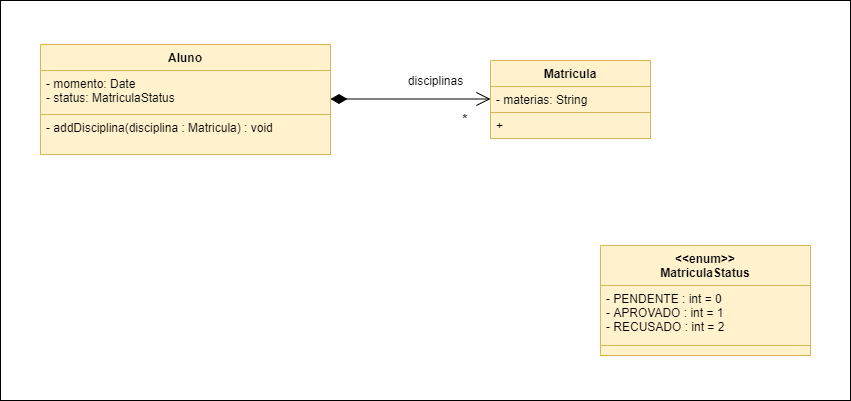
SergioMonteiroRibeiro/UML-MATRICULA-DISCIPLINAS-JAVA keeps this draw.io diagram as UML V 001.png. Above is the earlier version. Source tidied: cells renumbered, new cells last; positions are measured from the earlier drawing's top-left corner, leaving out a move shared by most shapes. Source of this version:
```xml
<mxGraphModel>
  <root>
    <mxCell id="0" />
    <mxCell id="1" parent="0" />
    <mxCell id="2" style="html=1;" parent="1" vertex="1">
      <mxGeometry width="850" height="400" as="geometry" />
    </mxCell>
    <mxCell id="3" value="&lt;font style=&quot;font-size: 14px&quot;&gt;*&lt;/font&gt;" style="endArrow=open;html=1;endSize=12;startArrow=diamondThin;startSize=14;startFill=1;edgeStyle=orthogonalEdgeStyle;align=left;verticalAlign=bottom;" parent="1" edge="1">
      <mxGeometry x="0.62" y="-30" relative="1" as="geometry">
        <mxPoint x="330" y="98.5" as="sourcePoint" />
        <mxPoint x="490" y="98.5" as="targetPoint" />
      </mxGeometry>
    </mxCell>
    <mxCell id="4" value="disciplinas" style="text;html=1;align=center;verticalAlign=middle;" parent="1" vertex="1">
      <mxGeometry x="400" y="70" width="70" height="20" as="geometry" />
    </mxCell>
    <mxCell id="5" value="Matricula" style="swimlane;fontStyle=1;align=center;verticalAlign=top;horizontal=1;startSize=26;fillColor=#fff2cc;strokeColor=#d6b656;" parent="1" vertex="1">
      <mxGeometry x="490" y="60" width="160" height="78" as="geometry" />
    </mxCell>
    <mxCell id="6" value="- materias: String" style="text;strokeColor=#d6b656;fillColor=#fff2cc;align=left;verticalAlign=top;spacingLeft=4;spacingRight=4;overflow=hidden;" parent="5" vertex="1">
      <mxGeometry y="26" width="160" height="26" as="geometry" />
    </mxCell>
    <mxCell id="7" value="+" style="text;strokeColor=#d6b656;fillColor=#fff2cc;align=left;verticalAlign=top;spacingLeft=4;spacingRight=4;overflow=hidden;" parent="5" vertex="1">
      <mxGeometry y="52" width="160" height="26" as="geometry" />
    </mxCell>
    <mxCell id="8" value="Aluno" style="swimlane;fontStyle=1;align=center;verticalAlign=top;horizontal=1;startSize=26;fillColor=#fff2cc;strokeColor=#d6b656;" parent="1" vertex="1">
      <mxGeometry x="40" y="44" width="290" height="110" as="geometry" />
    </mxCell>
    <mxCell id="9" value="- momento: Date&#10;- status: MatriculaStatus" style="text;strokeColor=#d6b656;fillColor=#fff2cc;align=left;verticalAlign=top;spacingLeft=4;spacingRight=4;overflow=hidden;" parent="8" vertex="1">
      <mxGeometry y="26" width="290" height="44" as="geometry" />
    </mxCell>
    <mxCell id="10" value="- addDisciplina(disciplina : Matricula) : void" style="text;strokeColor=#d6b656;fillColor=#fff2cc;align=left;verticalAlign=top;spacingLeft=4;spacingRight=4;overflow=hidden;" parent="8" vertex="1">
      <mxGeometry y="70" width="290" height="40" as="geometry" />
    </mxCell>
    <mxCell id="11" value="&lt;&lt;enum&gt;&gt;&#10;MatriculaStatus" style="swimlane;fontStyle=1;align=center;verticalAlign=top;horizontal=1;startSize=40;fillColor=#fff2cc;strokeColor=#d6b656;" parent="1" vertex="1">
      <mxGeometry x="600" y="245" width="210" height="110" as="geometry" />
    </mxCell>
    <mxCell id="12" value="- PENDENTE : int = 0&#10;- APROVADO : int = 1&#10;- RECUSADO : int = 2" style="text;strokeColor=#d6b656;fillColor=#fff2cc;align=left;verticalAlign=top;spacingLeft=4;spacingRight=4;overflow=hidden;" parent="11" vertex="1">
      <mxGeometry y="40" width="210" height="60" as="geometry" />
    </mxCell>
    <mxCell id="13" style="text;strokeColor=#d6b656;fillColor=#fff2cc;align=left;verticalAlign=top;spacingLeft=4;spacingRight=4;overflow=hidden;" parent="11" vertex="1">
      <mxGeometry y="100" width="210" height="10" as="geometry" />
    </mxCell>
  </root>
</mxGraphModel>
```
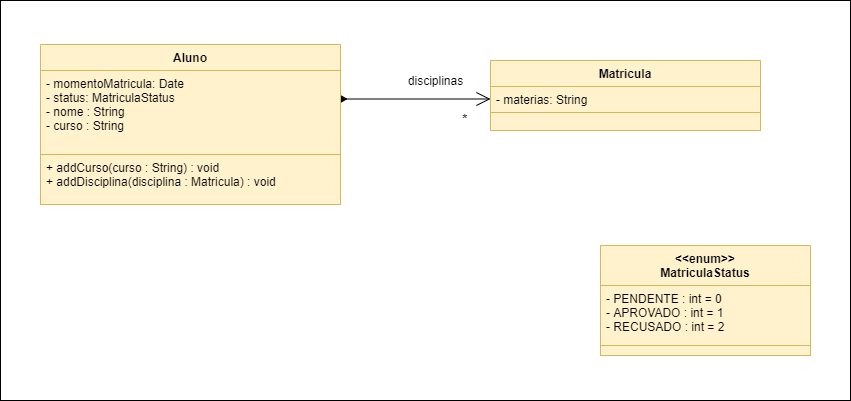
Later version of the same file.

Diff of the diagram source:
```diff
@@ -15,22 +15,22 @@
       <mxGeometry x="400" y="70" width="70" height="20" as="geometry" />
     </mxCell>
     <mxCell id="5" value="Matricula" style="swimlane;fontStyle=1;align=center;verticalAlign=top;horizontal=1;startSize=26;fillColor=#fff2cc;strokeColor=#d6b656;" parent="1" vertex="1">
-      <mxGeometry x="490" y="60" width="160" height="78" as="geometry" />
+      <mxGeometry x="490" y="60" width="270" height="70" as="geometry" />
     </mxCell>
     <mxCell id="6" value="- materias: String" style="text;strokeColor=#d6b656;fillColor=#fff2cc;align=left;verticalAlign=top;spacingLeft=4;spacingRight=4;overflow=hidden;" parent="5" vertex="1">
-      <mxGeometry y="26" width="160" height="26" as="geometry" />
+      <mxGeometry y="26" width="270" height="26" as="geometry" />
     </mxCell>
-    <mxCell id="7" value="+" style="text;strokeColor=#d6b656;fillColor=#fff2cc;align=left;verticalAlign=top;spacingLeft=4;spacingRight=4;overflow=hidden;" parent="5" vertex="1">
-      <mxGeometry y="52" width="160" height="26" as="geometry" />
+    <mxCell id="7" style="text;strokeColor=#d6b656;fillColor=#fff2cc;align=left;verticalAlign=top;spacingLeft=4;spacingRight=4;overflow=hidden;" parent="5" vertex="1">
+      <mxGeometry y="52" width="270" height="18" as="geometry" />
     </mxCell>
     <mxCell id="8" value="Aluno" style="swimlane;fontStyle=1;align=center;verticalAlign=top;horizontal=1;startSize=26;fillColor=#fff2cc;strokeColor=#d6b656;" parent="1" vertex="1">
-      <mxGeometry x="40" y="44" width="290" height="110" as="geometry" />
+      <mxGeometry x="40" y="44" width="300" height="160" as="geometry" />
     </mxCell>
-    <mxCell id="9" value="- momento: Date&#10;- status: MatriculaStatus" style="text;strokeColor=#d6b656;fillColor=#fff2cc;align=left;verticalAlign=top;spacingLeft=4;spacingRight=4;overflow=hidden;" parent="8" vertex="1">
-      <mxGeometry y="26" width="290" height="44" as="geometry" />
+    <mxCell id="9" value="- momentoMatricula: Date&#10;- status: MatriculaStatus&#10;- nome : String&#10;- curso : String &#10;&#10;" style="text;strokeColor=#d6b656;fillColor=#fff2cc;align=left;verticalAlign=top;spacingLeft=4;spacingRight=4;overflow=hidden;" parent="8" vertex="1">
+      <mxGeometry y="26" width="300" height="84" as="geometry" />
     </mxCell>
-    <mxCell id="10" value="- addDisciplina(disciplina : Matricula) : void" style="text;strokeColor=#d6b656;fillColor=#fff2cc;align=left;verticalAlign=top;spacingLeft=4;spacingRight=4;overflow=hidden;" parent="8" vertex="1">
-      <mxGeometry y="70" width="290" height="40" as="geometry" />
+    <mxCell id="10" value="+ addCurso(curso : String) : void &#10;+ addDisciplina(disciplina : Matricula) : void&#10;" style="text;strokeColor=#d6b656;fillColor=#fff2cc;align=left;verticalAlign=top;spacingLeft=4;spacingRight=4;overflow=hidden;" parent="8" vertex="1">
+      <mxGeometry y="110" width="300" height="50" as="geometry" />
     </mxCell>
     <mxCell id="11" value="&lt;&lt;enum&gt;&gt;&#10;MatriculaStatus" style="swimlane;fontStyle=1;align=center;verticalAlign=top;horizontal=1;startSize=40;fillColor=#fff2cc;strokeColor=#d6b656;" parent="1" vertex="1">
       <mxGeometry x="600" y="245" width="210" height="110" as="geometry" />
```
